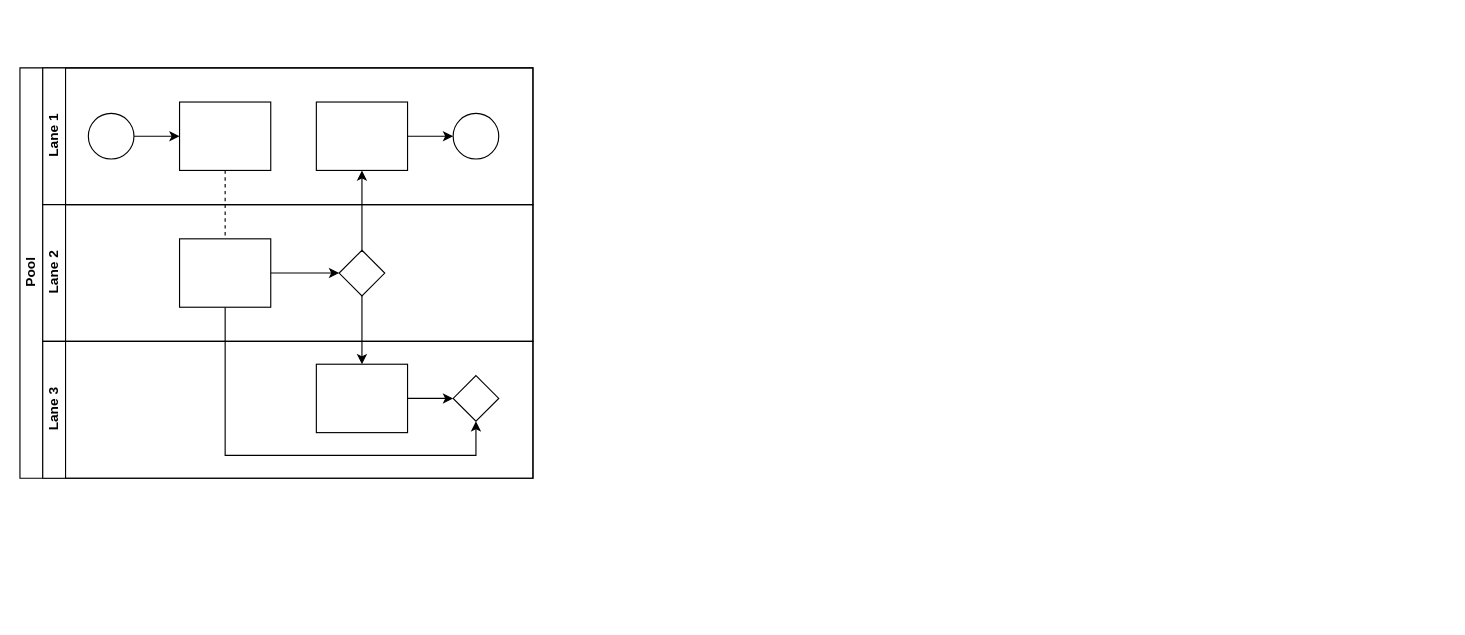
xiziss/xiziss.github.io keeps this draw.io diagram as 高亮.drawio. Above is the earlier version. Source tidied: cells renumbered, new cells numbered last; positions are measured from the earlier drawing's top-left corner, leaving out a move shared by most shapes. Both pictures are drawn from the tidied source at 114%, with x=0, y=0 at pixel (19, 67).
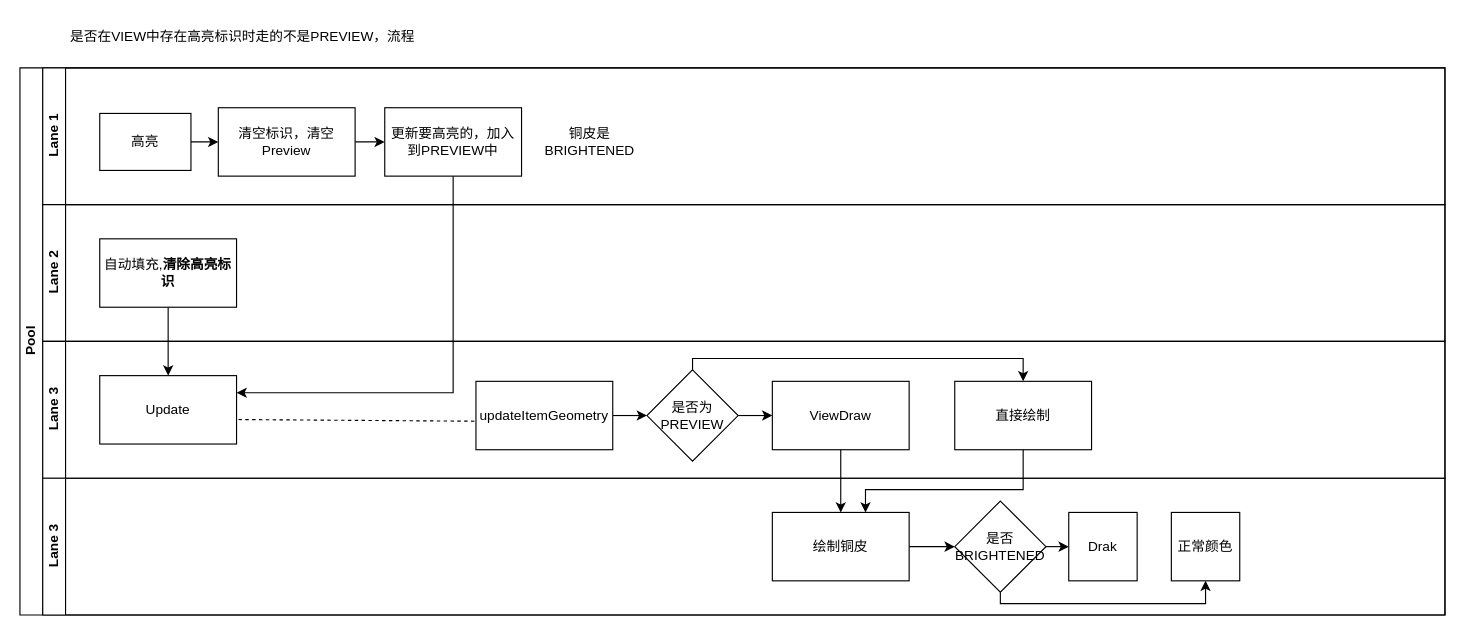
The same page after the edit.

Diff of the diagram source:
```diff
@@
     <mxCell id="2" value="Pool" style="swimlane;html=1;horizontal=0;startSize=20;" parent="1" vertex="1">
-      <mxGeometry width="450" height="360" as="geometry" />
+      <mxGeometry width="1250" height="480" as="geometry" />
     </mxCell>
-    <mxCell id="3" style="edgeStyle=orthogonalEdgeStyle;rounded=0;jettySize=auto;html=1;dashed=1;endArrow=none;endFill=0;" parent="2" edge="1" source="10" target="16">
-      <mxGeometry relative="1" as="geometry" />
-    </mxCell>
-    <mxCell id="4" style="edgeStyle=orthogonalEdgeStyle;rounded=0;jettySize=auto;html=1;endArrow=classic;endFill=1;" parent="2" edge="1" source="17" target="12">
-      <mxGeometry relative="1" as="geometry" />
-    </mxCell>
-    <mxCell id="5" style="edgeStyle=orthogonalEdgeStyle;rounded=0;jettySize=auto;html=1;endArrow=classic;endFill=1;" parent="2" edge="1" source="17" target="20">
-      <mxGeometry relative="1" as="geometry" />
-    </mxCell>
-    <mxCell id="6" style="edgeStyle=orthogonalEdgeStyle;rounded=0;jettySize=auto;html=1;endArrow=classic;endFill=1;" parent="2" edge="1" source="16" target="21">
-      <mxGeometry relative="1" as="geometry">
-        <Array as="points">
-          <mxPoint x="180" y="340" />
-          <mxPoint x="400" y="340" />
-        </Array>
-      </mxGeometry>
-    </mxCell>
     <mxCell id="7" value="Lane 1" style="swimlane;html=1;startSize=20;horizontal=0;" parent="2" vertex="1">
-      <mxGeometry x="20" width="430" height="120" as="geometry" />
+      <mxGeometry x="20" width="1230" height="120" as="geometry" />
     </mxCell>
-    <mxCell id="8" style="edgeStyle=orthogonalEdgeStyle;rounded=0;jettySize=auto;html=1;" parent="7" edge="1" source="9" target="10">
-      <mxGeometry relative="1" as="geometry" />
-    </mxCell>
-    <mxCell id="9" style="ellipse;whiteSpace=wrap;html=1;" parent="7" vertex="1">
-      <mxGeometry x="40" y="40" width="40" height="40" as="geometry" />
-    </mxCell>
-    <mxCell id="10" style="rounded=0;whiteSpace=wrap;html=1;fontFamily=Helvetica;fontSize=12;fontColor=#000000;align=center;" parent="7" vertex="1">
-      <mxGeometry x="120" y="30" width="80" height="60" as="geometry" />
-    </mxCell>
-    <mxCell id="11" style="edgeStyle=orthogonalEdgeStyle;rounded=0;jettySize=auto;html=1;endArrow=classic;endFill=1;" parent="7" edge="1" source="12" target="13">
-      <mxGeometry relative="1" as="geometry" />
-    </mxCell>
-    <mxCell id="12" style="rounded=0;whiteSpace=wrap;html=1;fontFamily=Helvetica;fontSize=12;fontColor=#000000;align=center;" parent="7" vertex="1">
-      <mxGeometry x="240" y="30" width="80" height="60" as="geometry" />
-    </mxCell>
-    <mxCell id="13" style="ellipse;whiteSpace=wrap;html=1;" parent="7" vertex="1">
-      <mxGeometry x="360" y="40" width="40" height="40" as="geometry" />
-    </mxCell>
+    <mxCell id="22" style="edgeStyle=orthogonalEdgeStyle;rounded=0;jettySize=auto;html=1;exitX=1;exitY=0.5;exitDx=0;exitDy=0;" parent="7" edge="1" source="23" target="25">
+      <mxGeometry relative="1" as="geometry" />
+    </mxCell>
+    <mxCell id="23" value="高亮" style="rounded=0;whiteSpace=wrap;html=1;" parent="7" vertex="1">
+      <mxGeometry x="50" y="40" width="80" height="50" as="geometry" />
+    </mxCell>
+    <mxCell id="24" style="edgeStyle=orthogonalEdgeStyle;rounded=0;jettySize=auto;html=1;exitX=1;exitY=0.5;exitDx=0;exitDy=0;" parent="7" edge="1" source="25" target="26">
+      <mxGeometry relative="1" as="geometry" />
+    </mxCell>
+    <mxCell id="25" value="清空标识，清空Preview" style="rounded=0;whiteSpace=wrap;html=1;" parent="7" vertex="1">
+      <mxGeometry x="154" y="35" width="120" height="60" as="geometry" />
+    </mxCell>
+    <mxCell id="26" value="更新要高亮的，加入到PREVIEW中" style="rounded=0;whiteSpace=wrap;html=1;" parent="7" vertex="1">
+      <mxGeometry x="300" y="35" width="120" height="60" as="geometry" />
+    </mxCell>
+    <mxCell id="27" value="铜皮是BRIGHTENED" style="text;html=1;strokeColor=none;fillColor=none;align=center;verticalAlign=middle;whiteSpace=wrap;rounded=0;" parent="7" vertex="1">
+      <mxGeometry x="440" y="50" width="80" height="30" as="geometry" />
+    </mxCell>
     <mxCell id="14" value="Lane 2" style="swimlane;html=1;startSize=20;horizontal=0;" parent="2" vertex="1">
-      <mxGeometry x="20" y="120" width="430" height="120" as="geometry" />
+      <mxGeometry x="20" y="120" width="1230" height="120" as="geometry" />
     </mxCell>
-    <mxCell id="15" style="edgeStyle=orthogonalEdgeStyle;rounded=0;jettySize=auto;html=1;endArrow=classic;endFill=1;" parent="14" edge="1" source="16" target="17">
-      <mxGeometry relative="1" as="geometry" />
-    </mxCell>
-    <mxCell id="16" style="rounded=0;whiteSpace=wrap;html=1;fontFamily=Helvetica;fontSize=12;fontColor=#000000;align=center;" parent="14" vertex="1">
-      <mxGeometry x="120" y="30" width="80" height="60" as="geometry" />
-    </mxCell>
-    <mxCell id="17" style="rhombus;whiteSpace=wrap;html=1;fontFamily=Helvetica;fontSize=12;fontColor=#000000;align=center;" parent="14" vertex="1">
-      <mxGeometry x="260" y="40" width="40" height="40" as="geometry" />
-    </mxCell>
+    <mxCell id="28" value="自动填充,&lt;b&gt;清除高亮标识&lt;/b&gt;" style="rounded=0;whiteSpace=wrap;html=1;" parent="14" vertex="1">
+      <mxGeometry x="50" y="30" width="120" height="60" as="geometry" />
+    </mxCell>
+    <mxCell id="29" value="Lane 3" style="swimlane;html=1;startSize=20;horizontal=0;" parent="2" vertex="1">
+      <mxGeometry x="20" y="240" width="1230" height="120" as="geometry" />
+    </mxCell>
+    <mxCell id="30" style="edgeStyle=orthogonalEdgeStyle;rounded=0;jettySize=auto;html=1;exitX=1;exitY=0.5;exitDx=0;exitDy=0;entryX=0;entryY=0.5;entryDx=0;entryDy=0;" parent="29" edge="1" source="31" target="34">
+      <mxGeometry relative="1" as="geometry" />
+    </mxCell>
+    <mxCell id="31" value="updateItemGeometry" style="whiteSpace=wrap;html=1;" parent="29" vertex="1">
+      <mxGeometry x="380" y="35" width="120" height="60" as="geometry" />
+    </mxCell>
+    <mxCell id="32" style="edgeStyle=orthogonalEdgeStyle;rounded=0;jettySize=auto;html=1;exitX=1;exitY=0.5;exitDx=0;exitDy=0;entryX=0;entryY=0.5;entryDx=0;entryDy=0;" parent="29" edge="1" source="34" target="35">
+      <mxGeometry relative="1" as="geometry" />
+    </mxCell>
+    <mxCell id="33" style="edgeStyle=orthogonalEdgeStyle;rounded=0;jettySize=auto;html=1;exitX=0.5;exitY=0;exitDx=0;exitDy=0;entryX=0.5;entryY=0;entryDx=0;entryDy=0;" parent="29" edge="1" source="34" target="36">
+      <mxGeometry relative="1" as="geometry">
+        <Array as="points">
+          <mxPoint x="570" y="15" />
+          <mxPoint x="860" y="15" />
+        </Array>
+      </mxGeometry>
+    </mxCell>
+    <mxCell id="34" value="是否为PREVIEW" style="rhombus;whiteSpace=wrap;html=1;" parent="29" vertex="1">
+      <mxGeometry x="530" y="25" width="80" height="80" as="geometry" />
+    </mxCell>
+    <mxCell id="35" value="ViewDraw" style="rounded=0;whiteSpace=wrap;html=1;" parent="29" vertex="1">
+      <mxGeometry x="640" y="35" width="120" height="60" as="geometry" />
+    </mxCell>
+    <mxCell id="36" value="直接绘制" style="rounded=0;whiteSpace=wrap;html=1;" parent="29" vertex="1">
+      <mxGeometry x="800" y="35" width="120" height="60" as="geometry" />
+    </mxCell>
+    <mxCell id="37" value="Update" style="rounded=0;whiteSpace=wrap;html=1;" parent="29" vertex="1">
+      <mxGeometry x="50" y="30" width="120" height="60" as="geometry" />
+    </mxCell>
+    <mxCell id="38" style="endArrow=none;dashed=1;html=1;rounded=0;exitX=1.014;exitY=0.642;exitDx=0;exitDy=0;exitPerimeter=0;" parent="29" edge="1" source="37">
+      <mxGeometry relative="1" as="geometry">
+        <mxPoint x="380" y="70" as="targetPoint" />
+      </mxGeometry>
+    </mxCell>
     <mxCell id="18" value="Lane 3" style="swimlane;html=1;startSize=20;horizontal=0;" parent="2" vertex="1">
-      <mxGeometry x="20" y="240" width="430" height="120" as="geometry" />
+      <mxGeometry x="20" y="360" width="1230" height="120" as="geometry" />
     </mxCell>
-    <mxCell id="19" style="edgeStyle=orthogonalEdgeStyle;rounded=0;jettySize=auto;html=1;endArrow=classic;endFill=1;" parent="18" edge="1" source="20" target="21">
-      <mxGeometry relative="1" as="geometry" />
-    </mxCell>
-    <mxCell id="20" style="rounded=0;whiteSpace=wrap;html=1;fontFamily=Helvetica;fontSize=12;fontColor=#000000;align=center;" parent="18" vertex="1">
-      <mxGeometry x="240" y="20" width="80" height="60" as="geometry" />
-    </mxCell>
-    <mxCell id="21" style="rhombus;whiteSpace=wrap;html=1;fontFamily=Helvetica;fontSize=12;fontColor=#000000;align=center;" parent="18" vertex="1">
-      <mxGeometry x="360" y="30" width="40" height="40" as="geometry" />
-    </mxCell>
+    <mxCell id="39" style="edgeStyle=orthogonalEdgeStyle;rounded=0;jettySize=auto;html=1;exitX=1;exitY=0.5;exitDx=0;exitDy=0;" parent="18" edge="1" source="40" target="43">
+      <mxGeometry relative="1" as="geometry" />
+    </mxCell>
+    <mxCell id="40" value="绘制铜皮" style="rounded=0;whiteSpace=wrap;html=1;" parent="18" vertex="1">
+      <mxGeometry x="640" y="30" width="120" height="60" as="geometry" />
+    </mxCell>
+    <mxCell id="41" style="edgeStyle=orthogonalEdgeStyle;rounded=0;jettySize=auto;html=1;exitX=1;exitY=0.5;exitDx=0;exitDy=0;entryX=0;entryY=0.5;entryDx=0;entryDy=0;" parent="18" edge="1" source="43" target="44">
+      <mxGeometry relative="1" as="geometry" />
+    </mxCell>
+    <mxCell id="42" style="edgeStyle=orthogonalEdgeStyle;rounded=0;jettySize=auto;html=1;exitX=0.5;exitY=1;exitDx=0;exitDy=0;entryX=0.5;entryY=1;entryDx=0;entryDy=0;" parent="18" edge="1" source="43" target="45">
+      <mxGeometry relative="1" as="geometry">
+        <Array as="points">
+          <mxPoint x="840" y="110" />
+          <mxPoint x="1020" y="110" />
+        </Array>
+      </mxGeometry>
+    </mxCell>
+    <mxCell id="43" value="是否BRIGHTENED" style="rhombus;whiteSpace=wrap;html=1;" parent="18" vertex="1">
+      <mxGeometry x="800" y="20" width="80" height="80" as="geometry" />
+    </mxCell>
+    <mxCell id="44" value="Drak" style="rounded=0;whiteSpace=wrap;html=1;" parent="18" vertex="1">
+      <mxGeometry x="900" y="30" width="60" height="60" as="geometry" />
+    </mxCell>
+    <mxCell id="45" value="正常颜色" style="rounded=0;whiteSpace=wrap;html=1;" parent="18" vertex="1">
+      <mxGeometry x="990" y="30" width="60" height="60" as="geometry" />
+    </mxCell>
+    <mxCell id="46" style="edgeStyle=orthogonalEdgeStyle;rounded=0;jettySize=auto;html=1;exitX=0.5;exitY=1;exitDx=0;exitDy=0;" parent="2" edge="1" source="28" target="37">
+      <mxGeometry relative="1" as="geometry" />
+    </mxCell>
+    <mxCell id="47" style="edgeStyle=orthogonalEdgeStyle;rounded=0;jettySize=auto;html=1;exitX=0.5;exitY=1;exitDx=0;exitDy=0;entryX=1;entryY=0.25;entryDx=0;entryDy=0;" parent="2" edge="1" source="26" target="37">
+      <mxGeometry relative="1" as="geometry" />
+    </mxCell>
+    <mxCell id="48" style="edgeStyle=orthogonalEdgeStyle;rounded=0;jettySize=auto;html=1;exitX=0.5;exitY=1;exitDx=0;exitDy=0;entryX=0.5;entryY=0;entryDx=0;entryDy=0;" parent="2" edge="1" source="35" target="40">
+      <mxGeometry relative="1" as="geometry" />
+    </mxCell>
+    <mxCell id="49" style="edgeStyle=orthogonalEdgeStyle;rounded=0;jettySize=auto;html=1;exitX=0.5;exitY=1;exitDx=0;exitDy=0;entryX=0.681;entryY=0.001;entryDx=0;entryDy=0;entryPerimeter=0;" parent="2" edge="1" source="36" target="40">
+      <mxGeometry relative="1" as="geometry">
+        <Array as="points">
+          <mxPoint x="880" y="370" />
+          <mxPoint x="742" y="370" />
+        </Array>
+      </mxGeometry>
+    </mxCell>
+    <mxCell id="50" value="是否在VIEW中存在高亮标识时走的不是PREVIEW，流程" style="text;html=1;align=center;verticalAlign=middle;strokeColor=none;fillColor=none;" parent="1" vertex="1">
+      <mxGeometry x="30" y="-42" width="330" height="30" as="geometry" />
+    </mxCell>
```
